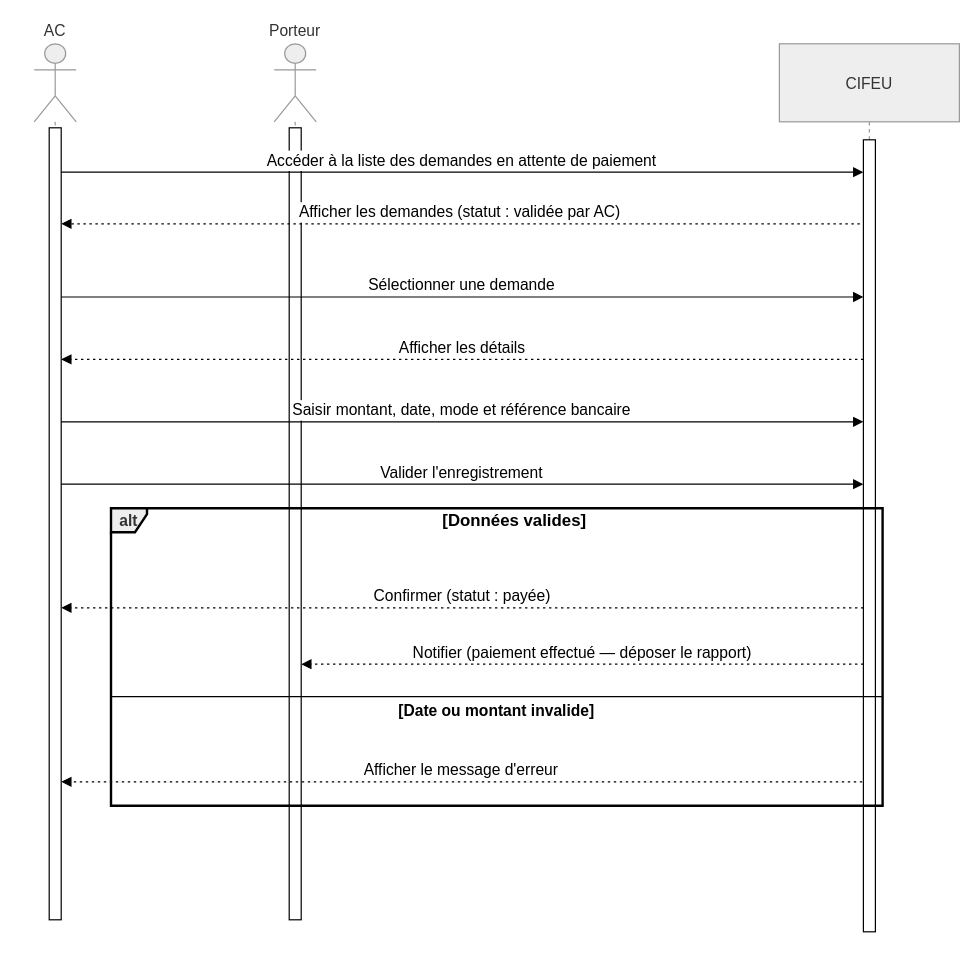
This is rapport/graphe/sequence/Enregistrer un paiement.drawio from CheickOuedraogo/stage, a draw.io file, before an edit. Source tidied: cells renumbered, new cells numbered last; positions are measured from the earlier drawing's top-left corner, leaving out a move shared by most shapes. Both pictures are drawn from the tidied source at 120%, with x=0, y=0 at pixel (34, 43).
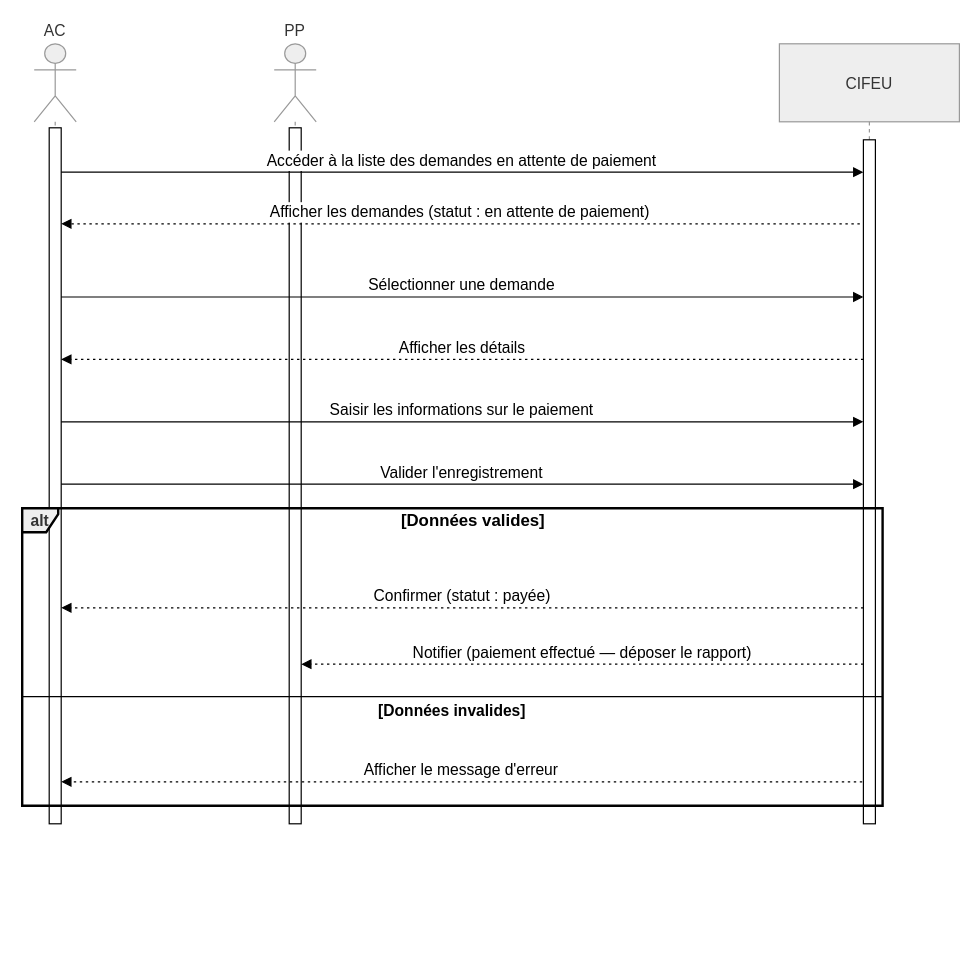
After the change.

Diff of the diagram source:
```diff
@@
     <mxCell id="2" value="AC" style="shape=umlLifeline;perimeter=lifelinePerimeter;whiteSpace=wrap;newEdgeStyle={&quot;edgeStyle&quot;:&quot;elbowEdgeStyle&quot;,&quot;elbow&quot;:&quot;vertical&quot;,&quot;curved&quot;:0,&quot;rounded&quot;:0};participant=umlActor;verticalAlign=bottom;labelPosition=center;verticalLabelPosition=top;align=center;size=65;fillColor=light-dark(#eeeeee,#1f2020);strokeColor=light-dark(#999999,#cccccc);fontColor=light-dark(#333333,#cccccc);fontSize=13;" parent="1" vertex="1">
-      <mxGeometry width="35" height="730" as="geometry" />
+      <mxGeometry width="35" height="650" as="geometry" />
     </mxCell>
     <mxCell id="3" style="html=1;points=[[0,0,0,0,5],[0,1,0,0,-5],[1,0,0,0,5],[1,1,0,0,-5]];perimeter=orthogonalPerimeter;outlineConnect=0;targetShapes=umlLifeline;portConstraint=eastwest;newEdgeStyle={&quot;curved&quot;:0,&quot;rounded&quot;:0};fontSize=13;" parent="2" vertex="1">
-      <mxGeometry x="12.5" y="70" width="10" height="660" as="geometry" />
+      <mxGeometry x="12.5" y="70" width="10" height="580" as="geometry" />
     </mxCell>
-    <mxCell id="4" value="Porteur" style="shape=umlLifeline;perimeter=lifelinePerimeter;whiteSpace=wrap;newEdgeStyle={&quot;edgeStyle&quot;:&quot;elbowEdgeStyle&quot;,&quot;elbow&quot;:&quot;vertical&quot;,&quot;curved&quot;:0,&quot;rounded&quot;:0};participant=umlActor;verticalAlign=bottom;labelPosition=center;verticalLabelPosition=top;align=center;size=65;fillColor=light-dark(#eeeeee,#1f2020);strokeColor=light-dark(#999999,#cccccc);fontColor=light-dark(#333333,#cccccc);fontSize=13;" parent="1" vertex="1">
-      <mxGeometry x="200" width="35" height="730" as="geometry" />
+    <mxCell id="4" value="PP" style="shape=umlLifeline;perimeter=lifelinePerimeter;whiteSpace=wrap;newEdgeStyle={&quot;edgeStyle&quot;:&quot;elbowEdgeStyle&quot;,&quot;elbow&quot;:&quot;vertical&quot;,&quot;curved&quot;:0,&quot;rounded&quot;:0};participant=umlActor;verticalAlign=bottom;labelPosition=center;verticalLabelPosition=top;align=center;size=65;fillColor=light-dark(#eeeeee,#1f2020);strokeColor=light-dark(#999999,#cccccc);fontColor=light-dark(#333333,#cccccc);fontSize=13;" parent="1" vertex="1">
+      <mxGeometry x="200" width="35" height="650" as="geometry" />
     </mxCell>
     <mxCell id="5" style="html=1;points=[[0,0,0,0,5],[0,1,0,0,-5],[1,0,0,0,5],[1,1,0,0,-5]];perimeter=orthogonalPerimeter;outlineConnect=0;targetShapes=umlLifeline;portConstraint=eastwest;newEdgeStyle={&quot;curved&quot;:0,&quot;rounded&quot;:0};fontSize=13;" parent="4" vertex="1">
-      <mxGeometry x="12.5" y="70" width="10" height="660" as="geometry" />
+      <mxGeometry x="12.5" y="70" width="10" height="580" as="geometry" />
     </mxCell>
     <mxCell id="6" value="CIFEU" style="shape=umlLifeline;perimeter=lifelinePerimeter;whiteSpace=wrap;newEdgeStyle={&quot;edgeStyle&quot;:&quot;elbowEdgeStyle&quot;,&quot;elbow&quot;:&quot;vertical&quot;,&quot;curved&quot;:0,&quot;rounded&quot;:0};size=65;fillColor=light-dark(#eeeeee,#1f2020);strokeColor=light-dark(#999999,#cccccc);fontColor=light-dark(#333333,#cccccc);fontSize=13;" parent="1" vertex="1">
-      <mxGeometry x="621" width="150" height="740" as="geometry" />
+      <mxGeometry x="621" width="150" height="650" as="geometry" />
     </mxCell>
     <mxCell id="7" style="html=1;points=[[0,0,0,0,5],[0,1,0,0,-5],[1,0,0,0,5],[1,1,0,0,-5]];perimeter=orthogonalPerimeter;outlineConnect=0;targetShapes=umlLifeline;portConstraint=eastwest;newEdgeStyle={&quot;curved&quot;:0,&quot;rounded&quot;:0};fontSize=13;" parent="6" vertex="1">
-      <mxGeometry x="70" y="80" width="10" height="660" as="geometry" />
+      <mxGeometry x="70" y="80" width="10" height="570" as="geometry" />
     </mxCell>
     <mxCell id="8" value="alt" style="shape=umlFrame;strokeColor=default;height=20;width=30;fillColor=light-dark(#eeeeee,#1f2020);fontColor=light-dark(#333333,#cccccc);strokeWidth=2;fontSize=13;fontStyle=1;" parent="1" vertex="1">
-      <mxGeometry x="64" y="387" width="643" height="248" as="geometry" />
+      <mxGeometry x="-10" y="387" width="717" height="248" as="geometry" />
     </mxCell>
     <mxCell id="9" value="[Données valides]" style="text;strokeColor=none;fillColor=none;align=center;verticalAlign=middle;whiteSpace=wrap;fontSize=14;fontStyle=1;" parent="8" vertex="1">
-      <mxGeometry x="30" width="613" height="20" as="geometry" />
+      <mxGeometry x="33.5" width="683.5" height="20" as="geometry" />
     </mxCell>
-    <mxCell id="10" value="[Date ou montant invalide]" style="shape=line;whiteSpace=wrap;verticalAlign=top;labelPosition=center;verticalLabelPosition=middle;align=center;strokeColor=#000000;fontSize=13;fontStyle=1;" parent="8" vertex="1">
-      <mxGeometry y="155" width="643" height="4" as="geometry" />
+    <mxCell id="10" value="[Données invalides]" style="shape=line;whiteSpace=wrap;verticalAlign=top;labelPosition=center;verticalLabelPosition=middle;align=center;strokeColor=#000000;fontSize=13;fontStyle=1;" parent="8" vertex="1">
+      <mxGeometry y="155" width="717" height="4" as="geometry" />
     </mxCell>
@@
-    <mxCell id="14" value="Saisir montant, date, mode et référence bancaire" style="verticalAlign=bottom;edgeStyle=elbowEdgeStyle;elbow=vertical;curved=0;rounded=0;endArrow=block;fontSize=13;" parent="1" edge="1" source="3" target="7">
+    <mxCell id="14" value="Saisir les informations sur le paiement" style="verticalAlign=bottom;edgeStyle=elbowEdgeStyle;elbow=vertical;curved=0;rounded=0;endArrow=block;fontSize=13;" parent="1" edge="1" source="3" target="7">
       <mxGeometry relative="1" as="geometry">
         <Array as="points">
           <mxPoint x="394" y="315" />
         </Array>
       </mxGeometry>
     </mxCell>
@@
-    <mxCell id="19" value="Afficher les demandes (statut : validée par AC)" style="verticalAlign=bottom;edgeStyle=elbowEdgeStyle;elbow=vertical;curved=0;rounded=0;dashed=1;dashPattern=2 3;endArrow=block;fontSize=13;" parent="1" edge="1" target="3">
+    <mxCell id="19" value="Afficher les demandes (statut : en attente de paiement)" style="verticalAlign=bottom;edgeStyle=elbowEdgeStyle;elbow=vertical;curved=0;rounded=0;dashed=1;dashPattern=2 3;endArrow=block;fontSize=13;" parent="1" edge="1" target="3">
       <mxGeometry relative="1" as="geometry">
         <mxPoint x="688" y="150" as="sourcePoint" />
         <Array as="points">
           <mxPoint x="394" y="150" />
         </Array>
       </mxGeometry>
     </mxCell>
```
